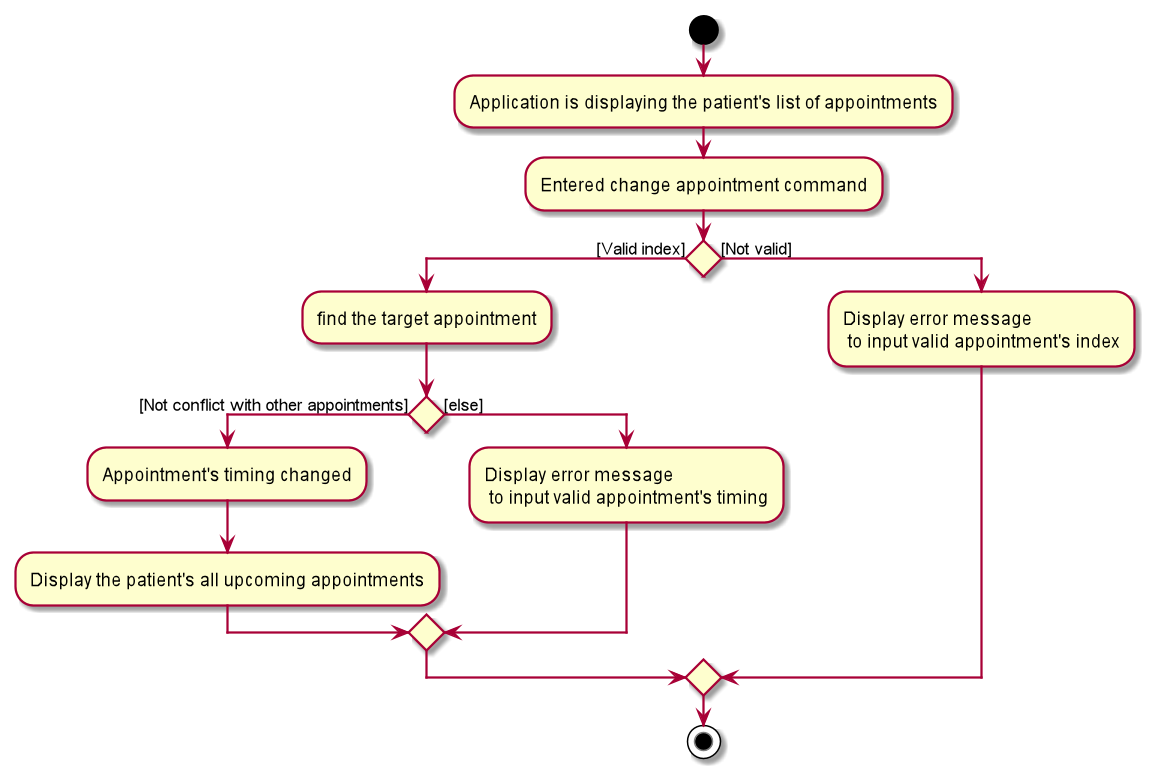
Earlier version of the PlantUML export docs/images/ChangeAppointmentActivityDiagram.png (nus-cs2103-AY1920S1/addressbook-level3). Its diagram source:
```plantuml
@startuml

start
-Application is displaying the patient's list of appointments
-Entered change appointment command
        if() then ([Valid index])
        -find the target appointment

            if() then ([Not conflict with other appointments])
            -Appointment's timing changed
            -Display the patient's all upcoming appointments

            else ([else])
            -Display error message\n to input valid appointment's timing
            endif
        else ([Not valid])
        -Display error message\n to input valid appointment's index
        endif
stop
@enduml
```
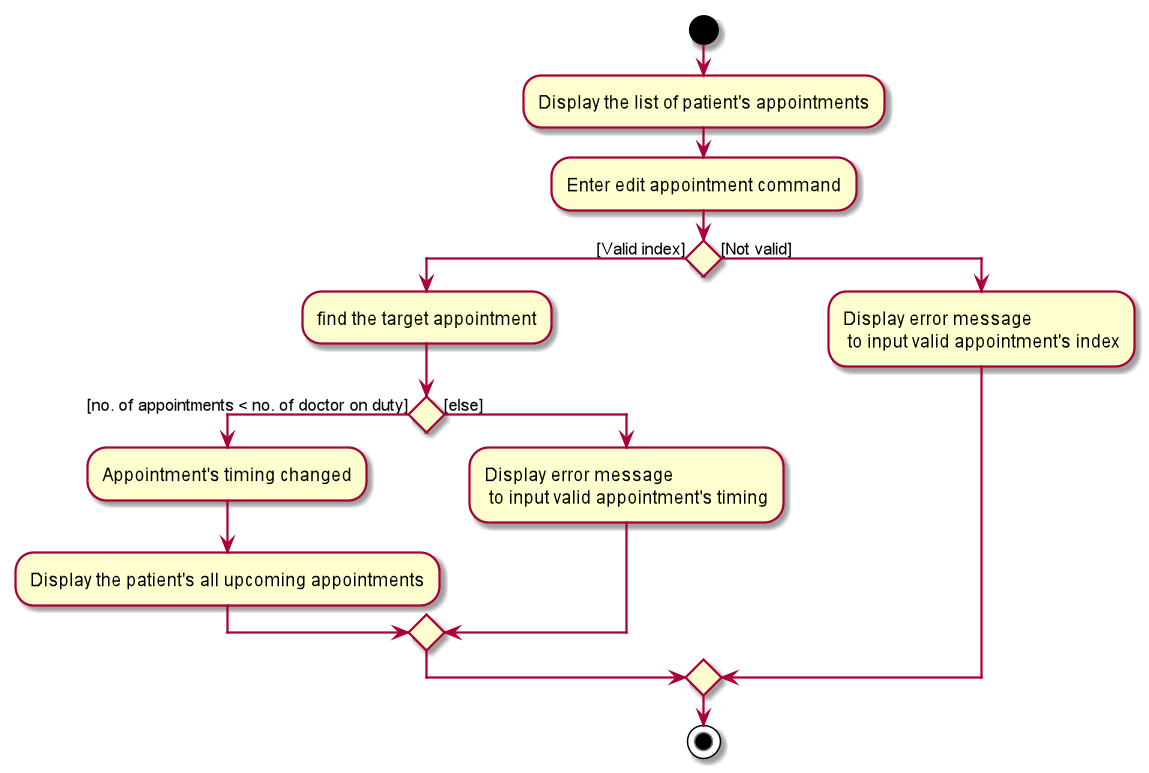
The same diagram one commit later.

The edit, as a diff of the source:
```diff
@@ -1,12 +1,12 @@
 @startuml
 
 start
--Application is displaying the patient's list of appointments
--Entered change appointment command
+-Display the list of patient's appointments
+-Enter edit appointment command
         if() then ([Valid index])
         -find the target appointment
 
-            if() then ([Not conflict with other appointments])
+            if() then ([no. of appointments < no. of doctor on duty])
             -Appointment's timing changed
             -Display the patient's all upcoming appointments
 
```
